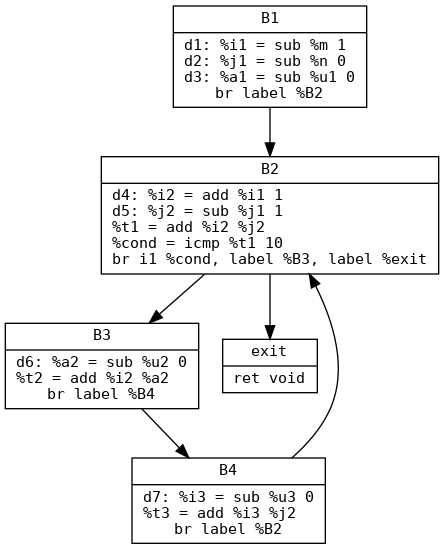
Above: cfg.png in terriyu88-maker/reaching-defs (Graphviz), before the change. Its source is kept beside it as cfg.dot. Its diagram source:
```dot
digraph CFG {
  rankdir=TD;
  node [shape=record, fontname="Consolas", fontsize=11];
  edge [fontname="Consolas", fontsize=9];

  "B1" [label="{B1 | d1: %i1 = sub %m 1\ld2: %j1 = sub %n 0\ld3: %a1 = sub %u1 0\lbr label %B2}"];
  "B2" [label="{B2 | d4: %i2 = add %i1 1\ld5: %j2 = sub %j1 1\l%t1 = add %i2 %j2\l%cond = icmp %t1 10\lbr i1 %cond, label %B3, label %exit}"];
  "B3" [label="{B3 | d6: %a2 = sub %u2 0\l%t2 = add %i2 %a2\lbr label %B4}"];
  "B4" [label="{B4 | d7: %i3 = sub %u3 0\l%t3 = add %i3 %j2\lbr label %B2}"];
  "exit" [label="{exit | ret void\l}"];

  "B1" -> "B2";
  "B2" -> "B3";
  "B2" -> "exit";
  "B3" -> "B4";
  "B4" -> "B2";
}
```
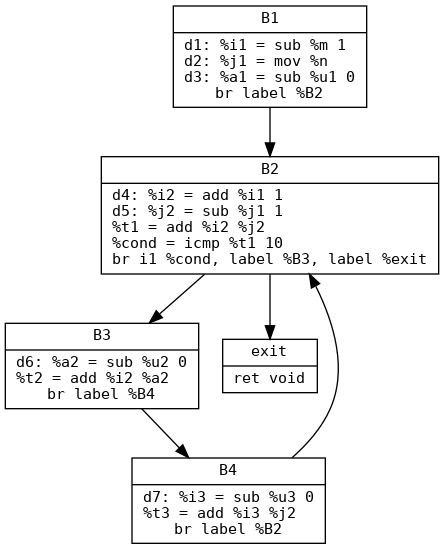
The same diagram one commit later.

The edit, as a diff of the source:
```diff
@@ -3,7 +3,7 @@
   node [shape=record, fontname="Consolas", fontsize=11];
   edge [fontname="Consolas", fontsize=9];
 
-  "B1" [label="{B1 | d1: %i1 = sub %m 1\ld2: %j1 = sub %n 0\ld3: %a1 = sub %u1 0\lbr label %B2}"];
+  "B1" [label="{B1 | d1: %i1 = sub %m 1\ld2: %j1 = mov %n\ld3: %a1 = sub %u1 0\lbr label %B2}"];
   "B2" [label="{B2 | d4: %i2 = add %i1 1\ld5: %j2 = sub %j1 1\l%t1 = add %i2 %j2\l%cond = icmp %t1 10\lbr i1 %cond, label %B3, label %exit}"];
   "B3" [label="{B3 | d6: %a2 = sub %u2 0\l%t2 = add %i2 %a2\lbr label %B4}"];
   "B4" [label="{B4 | d7: %i3 = sub %u3 0\l%t3 = add %i3 %j2\lbr label %B2}"];
```
